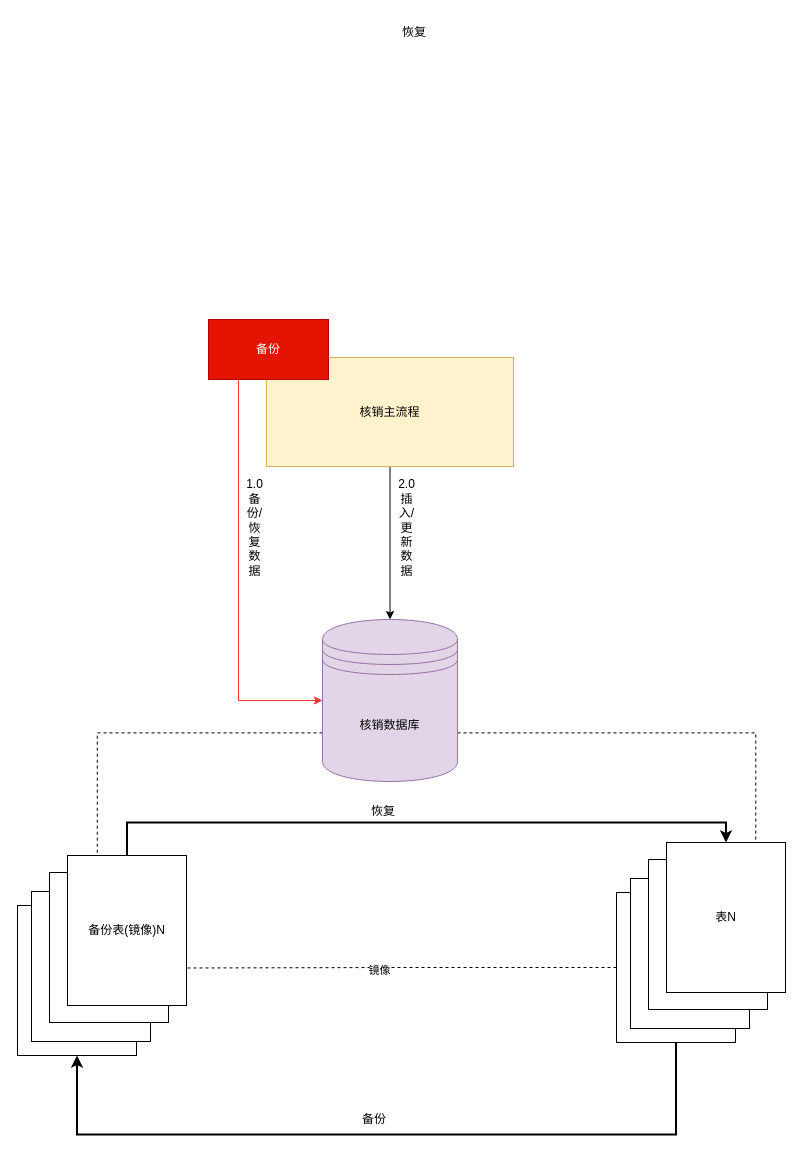
Earlier version of the draw.io diagram page "Page-11" (11 of 11) of docs/自营业务梳理.drawio (lokiworks/codebase). Source tidied: cells renumbered, new cells numbered last; positions are measured from the earlier drawing's top-left corner, leaving out a move shared by most shapes. Both pictures are drawn from the tidied source at 100%, with x=0, y=0 at pixel (17, 17).
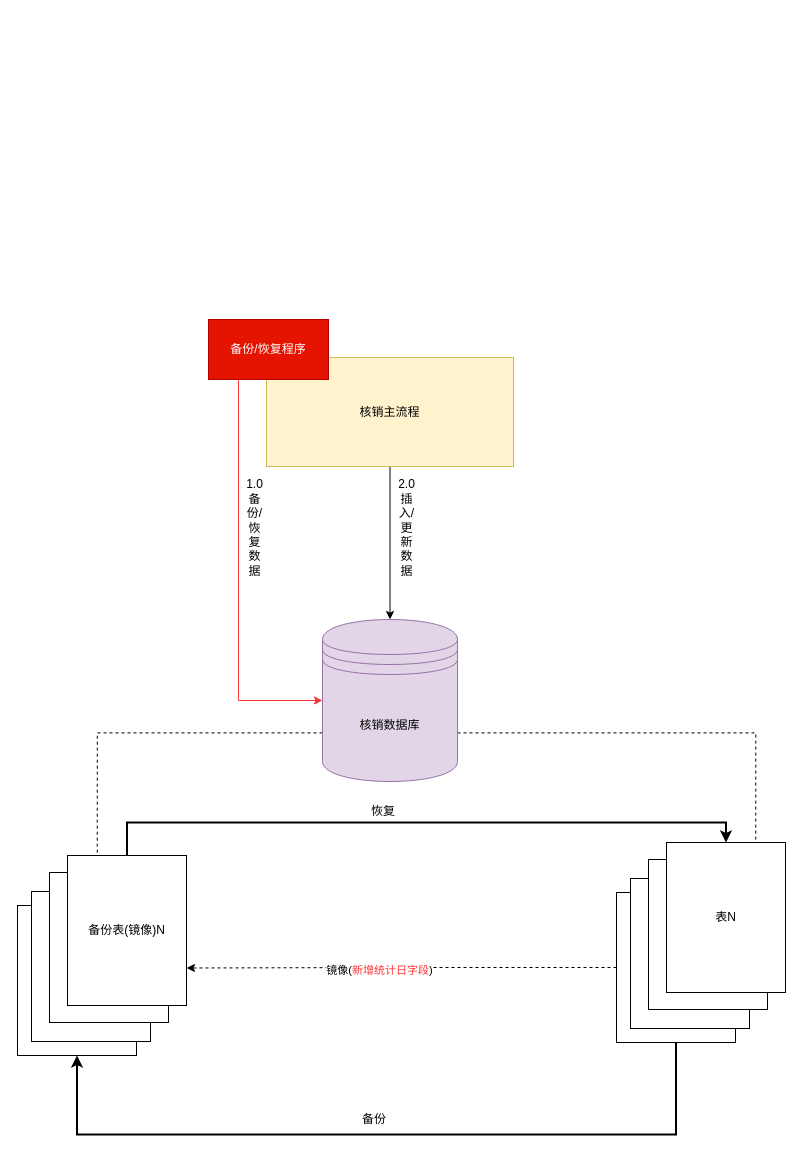
Above is the later version.

Commit message:
Update 自营业务梳理.drawio

Unchanged cells that the change refers to:
```xml
<mxCell id="9" style="rounded=0;whiteSpace=wrap;html=1;" parent="8" vertex="1">
  <mxGeometry y="50" width="119" height="150" as="geometry" />
</mxCell>
<mxCell id="17" value="备份表(镜像)N" style="rounded=0;whiteSpace=wrap;html=1;" parent="13" vertex="1">
  <mxGeometry x="50" width="119" height="150" as="geometry" />
</mxCell>
```

Change to the diagram source:
```diff
@@
-    <mxCell id="19" value="备份" style="rounded=0;whiteSpace=wrap;html=1;fillColor=#e51400;strokeColor=#B20000;fontColor=#ffffff;" parent="1" vertex="1">
+    <mxCell id="19" value="备份/恢复程序" style="rounded=0;whiteSpace=wrap;html=1;fillColor=#e51400;strokeColor=#B20000;fontColor=#ffffff;" parent="1" vertex="1">
       <mxGeometry x="191" y="302" width="120" height="60" as="geometry" />
     </mxCell>
@@
-    <mxCell id="22" value="恢复" style="text;html=1;strokeColor=none;fillColor=none;align=center;verticalAlign=middle;whiteSpace=wrap;rounded=0;" parent="1" vertex="1">
-      <mxGeometry x="367" width="60" height="30" as="geometry" />
-    </mxCell>
@@
-    <mxCell id="25" style="edgeStyle=orthogonalEdgeStyle;rounded=0;jettySize=auto;html=1;exitX=0;exitY=0.5;exitDx=0;exitDy=0;entryX=1;entryY=0.75;entryDx=0;entryDy=0;dashed=1;startArrow=none;startFill=0;endArrow=none;endFill=0;strokeColor=#000000;strokeWidth=1;" parent="1" edge="1" source="9" target="17">
+    <mxCell id="25" style="edgeStyle=orthogonalEdgeStyle;rounded=0;jettySize=auto;html=1;exitX=0;exitY=0.5;exitDx=0;exitDy=0;entryX=1;entryY=0.75;entryDx=0;entryDy=0;dashed=1;startArrow=none;startFill=0;endArrow=classic;endFill=1;strokeColor=#000000;strokeWidth=1;" parent="1" edge="1" source="9" target="17">
       <mxGeometry relative="1" as="geometry" />
     </mxCell>
-    <mxCell id="26" value="镜像" style="edgeLabel;html=1;align=center;verticalAlign=middle;" parent="25" vertex="1">
+    <mxCell id="26" value="镜像(&lt;font color=&quot;#ff3333&quot;&gt;新增统计日字段&lt;/font&gt;)" style="edgeLabel;html=1;align=center;verticalAlign=middle;" parent="25" vertex="1">
       <mxGeometry x="-0.2" relative="1" as="geometry">
         <mxPoint x="-66" y="2" as="offset" />
       </mxGeometry>
     </mxCell>
```
